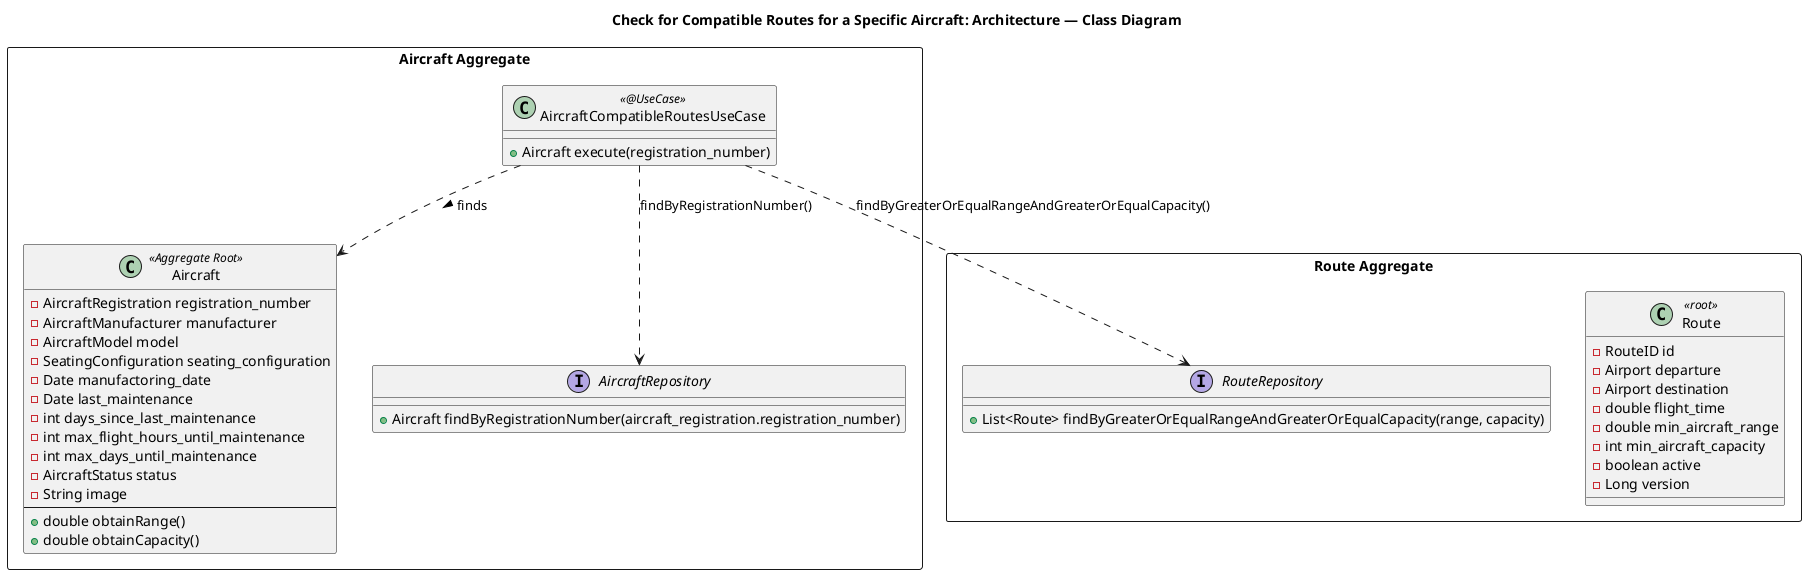
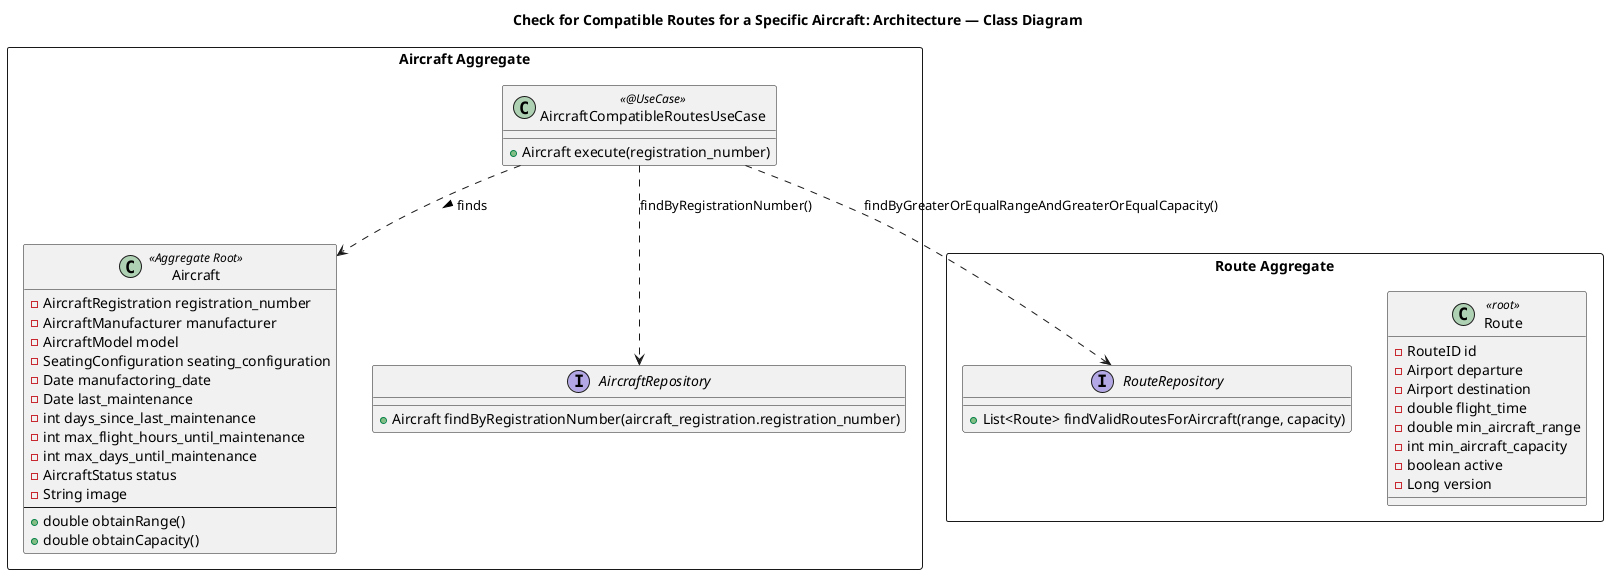
@startuml
'https://plantuml.com/class-diagram

title Check for Compatible Routes for a Specific Aircraft: Architecture — Class Diagram

package "Aircraft Aggregate" <<rectangle>> {
    class Aircraft <<Aggregate Root>> {
        - AircraftRegistration registration_number
        - AircraftManufacturer manufacturer
        - AircraftModel model
        - SeatingConfiguration seating_configuration
        - Date manufactoring_date
        - Date last_maintenance
        - int days_since_last_maintenance
        - int max_flight_hours_until_maintenance
        - int max_days_until_maintenance
        - AircraftStatus status
        - String image
        ---
        + double obtainRange()
        + double obtainCapacity()
    }
    interface AircraftRepository {
        + Aircraft findByRegistrationNumber(aircraft_registration.registration_number)
    }
    class AircraftCompatibleRoutesUseCase <<@UseCase>> {
        + Aircraft execute(registration_number)
    }

    AircraftCompatibleRoutesUseCase ..> AircraftRepository : findByRegistrationNumber()
    AircraftCompatibleRoutesUseCase ..> Aircraft : finds >
}

package "Route Aggregate" <<rectangle>> {
    class Route <<root>> {
        - RouteID id
        - Airport departure
        - Airport destination
        - double flight_time
        - double min_aircraft_range
        - int min_aircraft_capacity
        - boolean active
        - Long version
    }
    interface RouteRepository {
-         + List<Route> findByGreaterOrEqualRangeAndGreaterOrEqualCapacity(range, capacity)
+         + List<Route> findValidRoutesForAircraft(range, capacity)
    }
}

AircraftCompatibleRoutesUseCase ..> RouteRepository : findByGreaterOrEqualRangeAndGreaterOrEqualCapacity()

@enduml